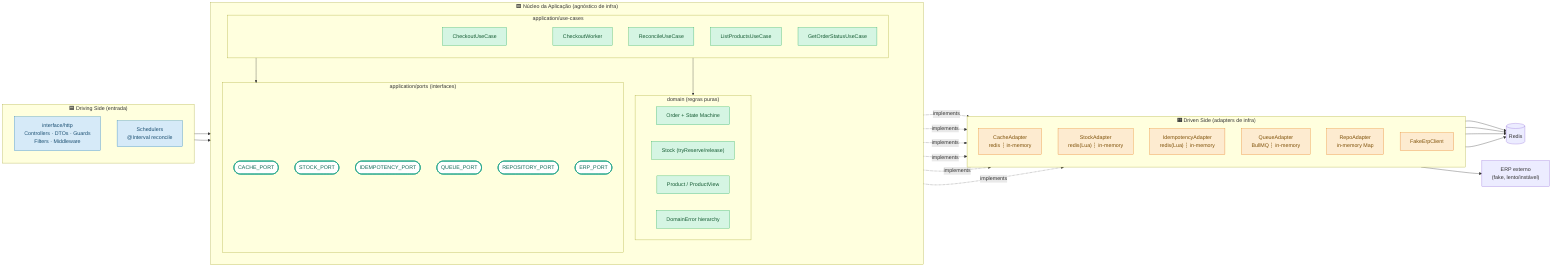
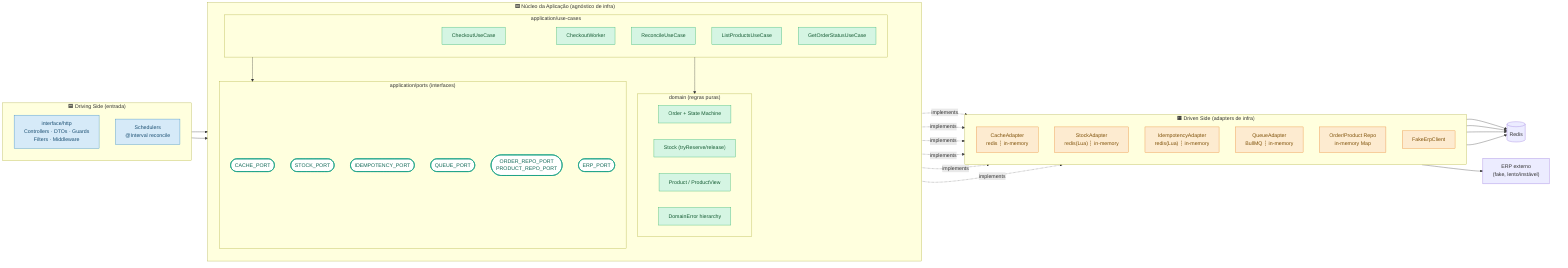
flowchart LR
    subgraph DRIVING["🟦 Driving Side (entrada)"]
        direction TB
        HTTP["interface/http<br/>Controllers · DTOs · Guards<br/>Filters · Middleware"]
        SCHED["Schedulers<br/>@Interval reconcile"]
    end

    subgraph CORE["🟩 Núcleo da Aplicação (agnóstico de infra)"]
        direction TB
        subgraph UC["application/use-cases"]
            CHK["CheckoutUseCase"]
            WRK["CheckoutWorker"]
            REC["ReconcileUseCase"]
            LST["ListProductsUseCase"]
            GET["GetOrderStatusUseCase"]
        end
        subgraph DOM["domain (regras puras)"]
            ORD["Order + State Machine"]
            STK["Stock (tryReserve/release)"]
            PRD["Product / ProductView"]
            ERR["DomainError hierarchy"]
        end
        subgraph PORTS["application/ports (interfaces)"]
            P1(["CACHE_PORT"])
            P2(["STOCK_PORT"])
            P3(["IDEMPOTENCY_PORT"])
            P4(["QUEUE_PORT"])
-             P5(["REPOSITORY_PORT"])
+             P5(["ORDER_REPO_PORT<br/>PRODUCT_REPO_PORT"])
            P6(["ERP_PORT"])
        end
    end

    subgraph DRIVEN["🟧 Driven Side (adapters de infra)"]
        direction TB
        A1["CacheAdapter<br/>redis ┆ in-memory"]
        A2["StockAdapter<br/>redis(Lua) ┆ in-memory"]
        A3["IdempotencyAdapter<br/>redis(Lua) ┆ in-memory"]
        A4["QueueAdapter<br/>BullMQ ┆ in-memory"]
-         A5["RepoAdapter<br/>in-memory Map"]
+         A5["Order/Product Repo<br/>in-memory Map"]
        A6["FakeErpClient"]
    end

    HTTP --> UC
    SCHED --> REC
    UC --> DOM
    UC --> PORTS

    P1 -.implements.-> A1
    P2 -.implements.-> A2
    P3 -.implements.-> A3
    P4 -.implements.-> A4
    P5 -.implements.-> A5
    P6 -.implements.-> A6

    A1 --> REDIS[("Redis")]
    A2 --> REDIS
    A3 --> REDIS
    A4 --> REDIS
    A6 --> ERPSYS["ERP externo<br/>(fake, lento/instável)"]

    classDef core fill:#d5f5e3,stroke:#27ae60,color:#145a32
    classDef driving fill:#d6eaf8,stroke:#2980b9,color:#1b4f72
    classDef driven fill:#fdebd0,stroke:#e67e22,color:#7e5109
    classDef port fill:#fff,stroke:#16a085,stroke-width:2px,color:#0e6655
    class CHK,WRK,REC,LST,GET,ORD,STK,PRD,ERR core
    class HTTP,SCHED driving
    class A1,A2,A3,A4,A5,A6 driven
    class P1,P2,P3,P4,P5,P6 port
